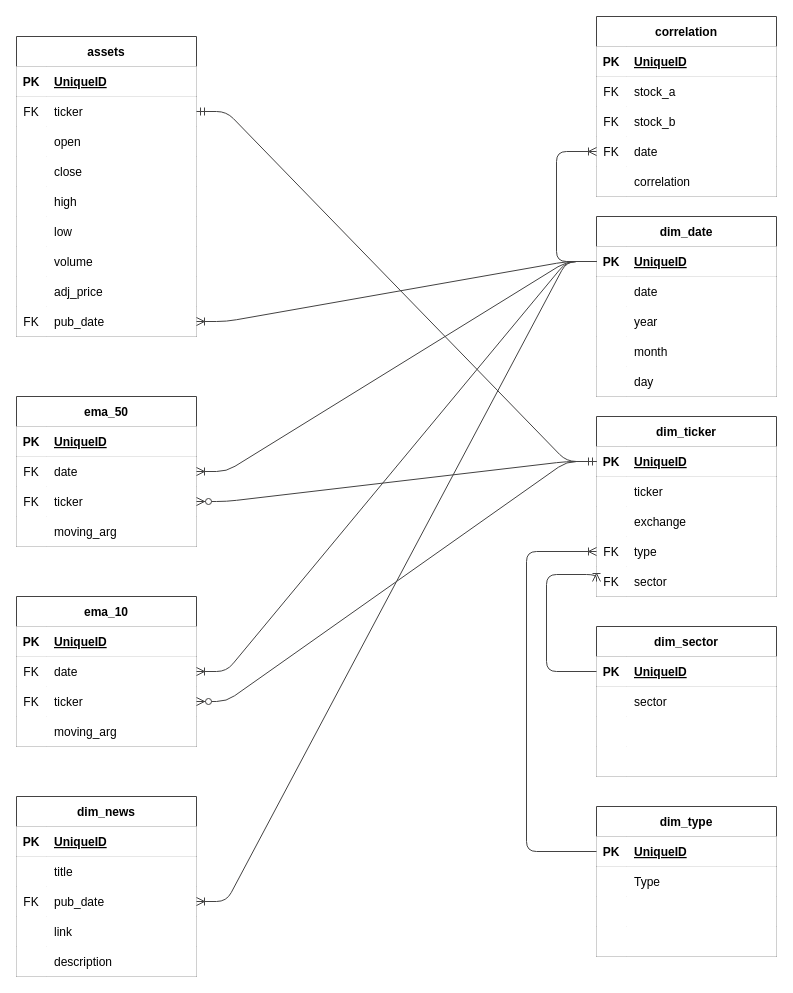
Above: Documents/diagram.drawio in DDave98/BIDS_project (draw.io), before the change. Source tidied: cells renumbered, new cells numbered last; positions are measured from the earlier drawing's top-left corner, leaving out a move shared by most shapes. Both pictures are drawn from the tidied source at 100%, with x=0, y=0 at pixel (16, 16).
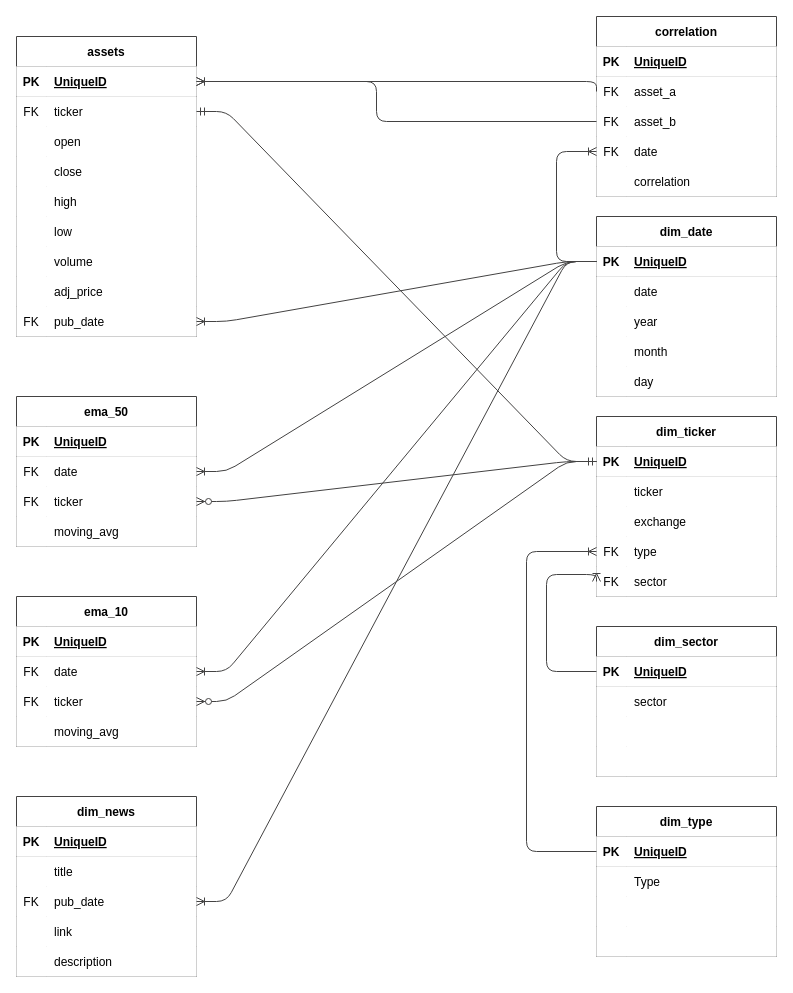
After the change.

Commit message (it also covers changes not shown here):
replace mistakes in docs

The change refers to these unchanged cells:
```xml
<mxCell id="54" style="shape=tableRow;horizontal=0;startSize=0;swimlaneHead=0;swimlaneBody=0;points=[[0,0.5],[1,0.5]];portConstraint=eastwest;top=0;left=0;right=0;bottom=0;strokeColor=#434242;" parent="50" vertex="1">
  <mxGeometry y="60" width="180" height="30" as="geometry" />
</mxCell>
<mxCell id="57" style="shape=tableRow;horizontal=0;startSize=0;swimlaneHead=0;swimlaneBody=0;points=[[0,0.5],[1,0.5]];portConstraint=eastwest;top=0;left=0;right=0;bottom=0;strokeColor=#434242;" parent="50" vertex="1">
  <mxGeometry y="90" width="180" height="30" as="geometry" />
</mxCell>
<mxCell id="67" style="shape=tableRow;horizontal=0;startSize=0;swimlaneHead=0;swimlaneBody=0;points=[[0,0.5],[1,0.5]];portConstraint=eastwest;top=0;left=0;right=0;bottom=1;strokeColor=#434242;" parent="66" vertex="1">
  <mxGeometry y="30" width="180" height="30" as="geometry" />
</mxCell>
<mxCell id="104" style="shape=tableRow;horizontal=0;startSize=0;swimlaneHead=0;swimlaneBody=0;top=0;left=0;right=0;bottom=0;strokeColor=#434242;" parent="94" vertex="1">
  <mxGeometry y="120" width="180" height="30" as="geometry" />
</mxCell>
<mxCell id="117" style="shape=tableRow;horizontal=0;startSize=0;swimlaneHead=0;swimlaneBody=0;top=0;left=0;right=0;bottom=0;strokeColor=#434242;" parent="107" vertex="1">
  <mxGeometry y="120" width="180" height="30" as="geometry" />
</mxCell>
```

Diff of the diagram source:
```diff
@@
-    <mxCell id="56" value="stock_a" style="shape=partialRectangle;top=0;left=0;bottom=0;right=0;align=left;spacingLeft=6;overflow=hidden;strokeColor=#434242;" parent="54" vertex="1">
+    <mxCell id="56" value="asset_a" style="shape=partialRectangle;top=0;left=0;bottom=0;right=0;align=left;spacingLeft=6;overflow=hidden;strokeColor=#434242;" parent="54" vertex="1">
       <mxGeometry x="30" width="150" height="30" as="geometry" />
     </mxCell>
@@
-    <mxCell id="59" value="stock_b" style="shape=partialRectangle;top=0;left=0;bottom=0;right=0;align=left;spacingLeft=6;overflow=hidden;strokeColor=#434242;" parent="57" vertex="1">
+    <mxCell id="59" value="asset_b" style="shape=partialRectangle;top=0;left=0;bottom=0;right=0;align=left;spacingLeft=6;overflow=hidden;strokeColor=#434242;" parent="57" vertex="1">
       <mxGeometry x="30" width="150" height="30" as="geometry" />
     </mxCell>
@@
-    <mxCell id="106" value="moving_arg" style="shape=partialRectangle;top=0;left=0;bottom=0;right=0;align=left;spacingLeft=6;overflow=hidden;strokeColor=#434242;" parent="104" vertex="1">
+    <mxCell id="106" value="moving_avg" style="shape=partialRectangle;top=0;left=0;bottom=0;right=0;align=left;spacingLeft=6;overflow=hidden;strokeColor=#434242;" parent="104" vertex="1">
       <mxGeometry x="30" width="150" height="30" as="geometry" />
     </mxCell>
@@
-    <mxCell id="119" value="moving_arg" style="shape=partialRectangle;top=0;left=0;bottom=0;right=0;align=left;spacingLeft=6;overflow=hidden;strokeColor=#434242;" parent="117" vertex="1">
+    <mxCell id="119" value="moving_avg" style="shape=partialRectangle;top=0;left=0;bottom=0;right=0;align=left;spacingLeft=6;overflow=hidden;strokeColor=#434242;" parent="117" vertex="1">
       <mxGeometry x="30" width="150" height="30" as="geometry" />
     </mxCell>
@@
+    <mxCell id="156" style="edgeStyle=orthogonalEdgeStyle;rounded=1;jettySize=auto;html=1;entryX=1;entryY=0.5;entryDx=0;entryDy=0;endArrow=ERoneToMany;fontSize=12;strokeColor=#434242;exitX=0;exitY=0.5;exitDx=0;exitDy=0;" parent="1" edge="1" source="54" target="67">
+      <mxGeometry relative="1" as="geometry">
+        <Array as="points">
+          <mxPoint x="580" y="65" />
+        </Array>
+      </mxGeometry>
+    </mxCell>
+    <mxCell id="157" style="edgeStyle=orthogonalEdgeStyle;rounded=1;jettySize=auto;html=1;entryX=1;entryY=0.5;entryDx=0;entryDy=0;endArrow=ERoneToMany;fontSize=12;strokeColor=#434242;exitX=0;exitY=0.5;exitDx=0;exitDy=0;" parent="1" edge="1" source="57" target="67">
+      <mxGeometry relative="1" as="geometry">
+        <Array as="points">
+          <mxPoint x="360" y="105" />
+          <mxPoint x="360" y="65" />
+        </Array>
+      </mxGeometry>
+    </mxCell>
```
